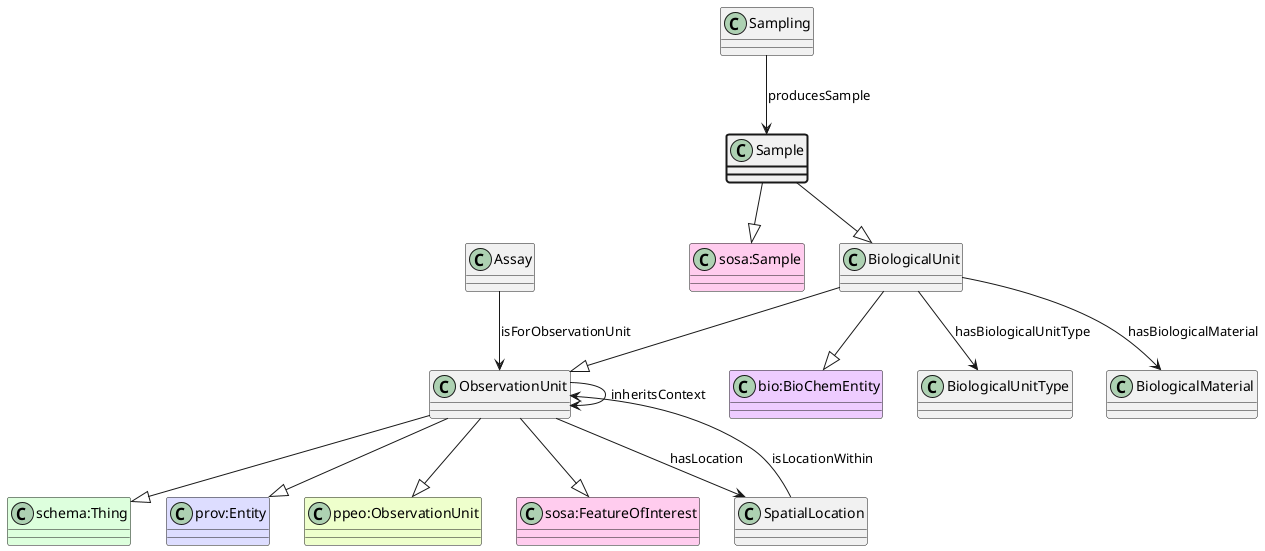
Above: ttl_uml/ttl_appn_Sample.png in aus-plant-phenomics-network/appn-schema (PlantUML), before the change.
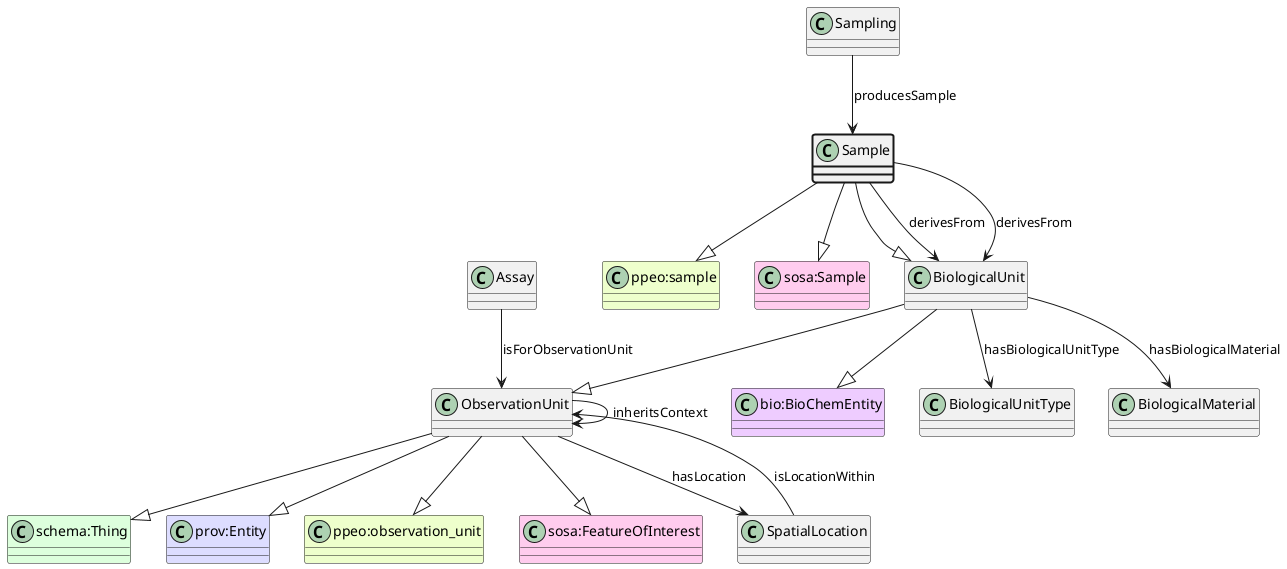
Later version of the same file.

Diff of the diagram source:
```diff
@@ -1,5 +1,7 @@
 @startuml
 class Sample  #line.bold
+class "ppeo:sample" #EEFFCC
+Sample --|> "ppeo:sample"
 class "sosa:Sample" #FFCCEE
 Sample --|> "sosa:Sample"
 class BiologicalUnit
@@ -8,8 +10,8 @@
 ObservationUnit --|> "schema:Thing"
 class "prov:Entity" #DDDDFF
 ObservationUnit --|> "prov:Entity"
-class "ppeo:ObservationUnit" #EEFFCC
-ObservationUnit --|> "ppeo:ObservationUnit"
+class "ppeo:observation_unit" #EEFFCC
+ObservationUnit --|> "ppeo:observation_unit"
 class "sosa:FeatureOfInterest" #FFCCEE
 ObservationUnit --|> "sosa:FeatureOfInterest"
 BiologicalUnit --|> ObservationUnit
@@ -18,10 +20,13 @@
 Sample --|> BiologicalUnit
 class Sampling
 Sampling --> Sample : producesSample
+class BiologicalUnit
+Sample --> BiologicalUnit : derivesFrom
 class BiologicalUnitType
 BiologicalUnit --> BiologicalUnitType : hasBiologicalUnitType
 class BiologicalMaterial
 BiologicalUnit --> BiologicalMaterial : hasBiologicalMaterial
+Sample --> BiologicalUnit : derivesFrom
 class Assay
 Assay --> ObservationUnit : isForObservationUnit
 class ObservationUnit
```
